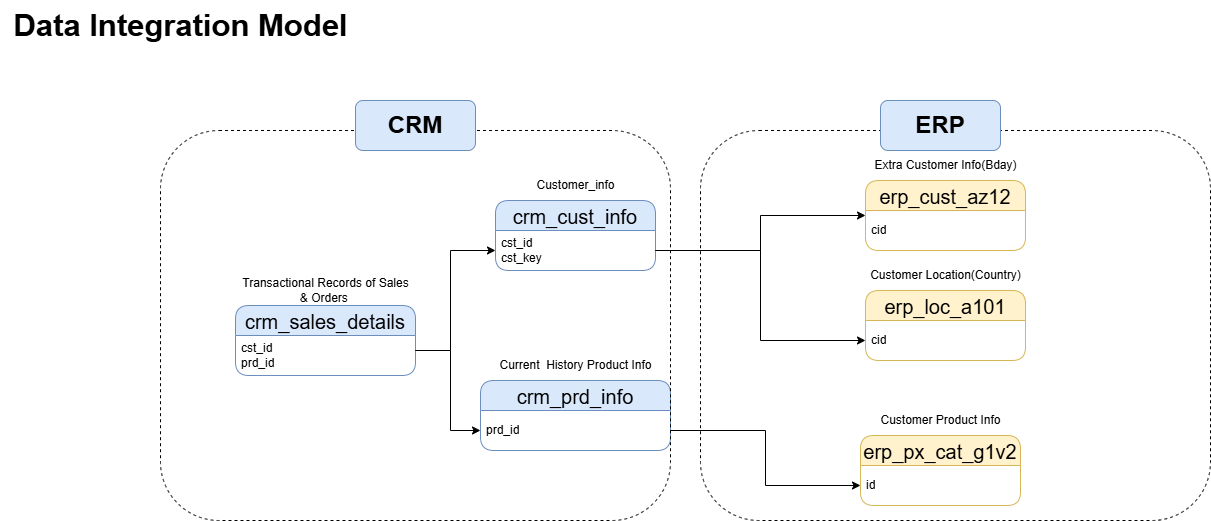
Earlier version of the draw.io export docs/data-integration-diagram.drawio.png (aswnvm/sql-data-warehouse-project). Source tidied: cells renumbered, new cells last; positions are measured from the earlier drawing's top-left corner, leaving out a move shared by most shapes. Its diagram source:
```xml
<mxGraphModel>
  <root>
    <mxCell id="0" />
    <mxCell id="1" parent="0" />
    <mxCell id="2" value="&lt;b&gt;&lt;font style=&quot;font-size: 31px;&quot;&gt;Data Integration Model&lt;/font&gt;&lt;/b&gt;" style="text;html=1;align=center;verticalAlign=middle;strokeColor=none;fillColor=none;" parent="1" vertex="1">
      <mxGeometry width="360" height="50" as="geometry" />
    </mxCell>
    <mxCell id="3" style="group;" parent="1" vertex="1">
      <mxGeometry x="230" y="150" width="980" height="370" as="geometry" />
    </mxCell>
    <mxCell id="4" value="&lt;font style=&quot;font-size: 20px;&quot;&gt;crm_cust_info&lt;/font&gt;" style="swimlane;fontStyle=0;horizontal=1;startSize=30;whiteSpace=wrap;html=1;rounded=1;fillColor=#dae8fc;strokeColor=#6c8ebf;fontSize=26;" parent="3" vertex="1">
      <mxGeometry x="265" y="50" width="160" height="70" as="geometry" />
    </mxCell>
    <mxCell id="5" value="cst_id&lt;div&gt;cst_key&lt;/div&gt;" style="text;strokeColor=none;fillColor=none;align=left;verticalAlign=middle;spacingLeft=4;spacingRight=4;overflow=hidden;points=[[0,0.5],[1,0.5]];portConstraint=eastwest;whiteSpace=wrap;html=1;" parent="4" vertex="1">
      <mxGeometry y="30" width="160" height="40" as="geometry" />
    </mxCell>
    <mxCell id="6" value="Customer_info" style="text;html=1;align=center;verticalAlign=middle;strokeColor=none;fillColor=none;" parent="3" vertex="1">
      <mxGeometry x="295" y="20" width="100" height="30" as="geometry" />
    </mxCell>
    <mxCell id="7" value="&lt;font style=&quot;font-size: 20px;&quot;&gt;crm_prd_info&lt;/font&gt;" style="swimlane;fontStyle=0;horizontal=1;startSize=30;whiteSpace=wrap;html=1;rounded=1;fillColor=#dae8fc;strokeColor=#6c8ebf;fontSize=26;" parent="3" vertex="1">
      <mxGeometry x="250" y="230" width="190" height="70" as="geometry" />
    </mxCell>
    <mxCell id="8" value="prd_id" style="text;strokeColor=none;fillColor=none;align=left;verticalAlign=middle;spacingLeft=4;spacingRight=4;overflow=hidden;points=[[0,0.5],[1,0.5]];portConstraint=eastwest;whiteSpace=wrap;html=1;" parent="7" vertex="1">
      <mxGeometry y="30" width="190" height="40" as="geometry" />
    </mxCell>
    <mxCell id="9" value="Current&amp;nbsp; History Product&lt;span style=&quot;background-color: transparent; color: light-dark(rgb(0, 0, 0), rgb(255, 255, 255));&quot;&gt;&amp;nbsp;Info&lt;/span&gt;" style="text;html=1;align=center;verticalAlign=middle;strokeColor=none;fillColor=none;" parent="3" vertex="1">
      <mxGeometry x="255" y="200" width="180" height="30" as="geometry" />
    </mxCell>
    <mxCell id="10" value="&lt;font style=&quot;font-size: 20px;&quot;&gt;crm_sales_details&lt;/font&gt;" style="swimlane;fontStyle=0;horizontal=1;startSize=30;whiteSpace=wrap;html=1;rounded=1;fillColor=#dae8fc;strokeColor=#6c8ebf;fontSize=26;" parent="3" vertex="1">
      <mxGeometry x="5" y="155" width="180" height="70" as="geometry" />
    </mxCell>
    <mxCell id="11" value="cst_id&lt;div&gt;prd_id&lt;/div&gt;" style="text;strokeColor=none;fillColor=none;align=left;verticalAlign=middle;spacingLeft=4;spacingRight=4;overflow=hidden;points=[[0,0.5],[1,0.5]];portConstraint=eastwest;whiteSpace=wrap;html=1;" parent="10" vertex="1">
      <mxGeometry y="30" width="180" height="40" as="geometry" />
    </mxCell>
    <mxCell id="12" value="Transactional Records of Sales &lt;br&gt;&amp;amp; Orders&amp;nbsp;" style="text;html=1;align=center;verticalAlign=middle;strokeColor=none;fillColor=none;" parent="3" vertex="1">
      <mxGeometry y="120" width="190" height="40" as="geometry" />
    </mxCell>
    <mxCell id="13" style="edgeStyle=orthogonalEdgeStyle;rounded=0;jettySize=auto;html=1;entryX=0;entryY=0.5;entryDx=0;entryDy=0;" parent="3" edge="1" source="11" target="8">
      <mxGeometry relative="1" as="geometry">
        <Array as="points">
          <mxPoint x="220" y="200" />
          <mxPoint x="220" y="280" />
        </Array>
      </mxGeometry>
    </mxCell>
    <mxCell id="14" value="&lt;font style=&quot;font-size: 20px;&quot;&gt;erp_cust_az12&lt;/font&gt;" style="swimlane;fontStyle=0;horizontal=1;startSize=30;whiteSpace=wrap;html=1;rounded=1;fillColor=#fff2cc;strokeColor=#d6b656;fontSize=26;" parent="3" vertex="1">
      <mxGeometry x="635" y="30" width="160" height="70" as="geometry" />
    </mxCell>
    <mxCell id="15" value="cid" style="text;strokeColor=none;fillColor=none;align=left;verticalAlign=middle;spacingLeft=4;spacingRight=4;overflow=hidden;whiteSpace=wrap;html=1;" parent="14" vertex="1">
      <mxGeometry y="30" width="160" height="40" as="geometry" />
    </mxCell>
    <mxCell id="16" value="Extra Customer Info(Bday)" style="text;html=1;align=center;verticalAlign=middle;strokeColor=none;fillColor=none;" parent="3" vertex="1">
      <mxGeometry x="630" width="170" height="30" as="geometry" />
    </mxCell>
    <mxCell id="17" value="&lt;font style=&quot;font-size: 20px;&quot;&gt;erp_loc_a101&lt;/font&gt;" style="swimlane;fontStyle=0;horizontal=1;startSize=30;whiteSpace=wrap;html=1;rounded=1;fillColor=#fff2cc;strokeColor=#d6b656;fontSize=26;" parent="3" vertex="1">
      <mxGeometry x="635" y="140" width="160" height="70" as="geometry" />
    </mxCell>
    <mxCell id="18" value="cid" style="text;strokeColor=none;fillColor=none;align=left;verticalAlign=middle;spacingLeft=4;spacingRight=4;overflow=hidden;points=[[0,0.5],[1,0.5]];portConstraint=eastwest;whiteSpace=wrap;html=1;" parent="17" vertex="1">
      <mxGeometry y="30" width="160" height="40" as="geometry" />
    </mxCell>
    <mxCell id="19" value="Customer Location(Country)" style="text;html=1;align=center;verticalAlign=middle;strokeColor=none;fillColor=none;" parent="3" vertex="1">
      <mxGeometry x="630" y="110" width="170" height="30" as="geometry" />
    </mxCell>
    <mxCell id="20" style="edgeStyle=orthogonalEdgeStyle;rounded=0;jettySize=auto;html=1;entryX=0;entryY=0.5;entryDx=0;entryDy=0;" parent="3" edge="1" source="5" target="18">
      <mxGeometry relative="1" as="geometry" />
    </mxCell>
    <mxCell id="21" value="&lt;font style=&quot;font-size: 20px;&quot;&gt;erp_px_cat_g1v2&lt;/font&gt;" style="swimlane;fontStyle=0;horizontal=1;startSize=30;whiteSpace=wrap;html=1;rounded=1;fillColor=#fff2cc;strokeColor=#d6b656;fontSize=26;" parent="3" vertex="1">
      <mxGeometry x="630" y="285" width="160" height="70" as="geometry" />
    </mxCell>
    <mxCell id="22" value="id" style="text;strokeColor=none;fillColor=none;align=left;verticalAlign=middle;spacingLeft=4;spacingRight=4;overflow=hidden;points=[[0,0.5],[1,0.5]];portConstraint=eastwest;whiteSpace=wrap;html=1;" parent="21" vertex="1">
      <mxGeometry y="30" width="160" height="40" as="geometry" />
    </mxCell>
    <mxCell id="23" style="edgeStyle=orthogonalEdgeStyle;rounded=0;jettySize=auto;html=1;entryX=0;entryY=0.5;entryDx=0;entryDy=0;" parent="3" edge="1" source="8" target="22">
      <mxGeometry relative="1" as="geometry" />
    </mxCell>
    <mxCell id="24" value="Customer Product Info" style="text;html=1;align=center;verticalAlign=middle;strokeColor=none;fillColor=none;" parent="3" vertex="1">
      <mxGeometry x="640" y="255" width="140" height="30" as="geometry" />
    </mxCell>
    <mxCell id="25" style="edgeStyle=orthogonalEdgeStyle;rounded=0;jettySize=auto;html=1;entryX=0;entryY=0.5;entryDx=0;entryDy=0;" parent="3" edge="1" source="11" target="5">
      <mxGeometry relative="1" as="geometry">
        <Array as="points">
          <mxPoint x="220" y="200" />
          <mxPoint x="220" y="100" />
        </Array>
      </mxGeometry>
    </mxCell>
    <mxCell id="26" style="edgeStyle=orthogonalEdgeStyle;rounded=0;jettySize=auto;html=1;entryX=0;entryY=0.5;entryDx=0;entryDy=0;" parent="3" edge="1" source="5" target="14">
      <mxGeometry relative="1" as="geometry" />
    </mxCell>
    <mxCell id="27" style="rounded=1;whiteSpace=wrap;html=1;dashed=1;fillColor=none;" parent="3" vertex="1">
      <mxGeometry x="470" y="-20" width="510" height="390" as="geometry" />
    </mxCell>
    <mxCell id="28" style="rounded=1;whiteSpace=wrap;html=1;dashed=1;fillColor=none;" parent="3" vertex="1">
      <mxGeometry x="-70" y="-20" width="510" height="390" as="geometry" />
    </mxCell>
    <mxCell id="29" value="&lt;font style=&quot;font-size: 24px;&quot;&gt;&lt;b&gt;CRM&lt;/b&gt;&lt;/font&gt;" style="rounded=1;whiteSpace=wrap;html=1;fillColor=#dae8fc;strokeColor=#6c8ebf;" parent="3" vertex="1">
      <mxGeometry x="125" y="-50" width="120" height="50" as="geometry" />
    </mxCell>
    <mxCell id="30" value="&lt;font style=&quot;font-size: 24px;&quot;&gt;&lt;b&gt;ERP&lt;/b&gt;&lt;/font&gt;" style="rounded=1;whiteSpace=wrap;html=1;fillColor=#dae8fc;strokeColor=#6c8ebf;" parent="1" vertex="1">
      <mxGeometry x="880" y="100" width="120" height="50" as="geometry" />
    </mxCell>
  </root>
</mxGraphModel>
```
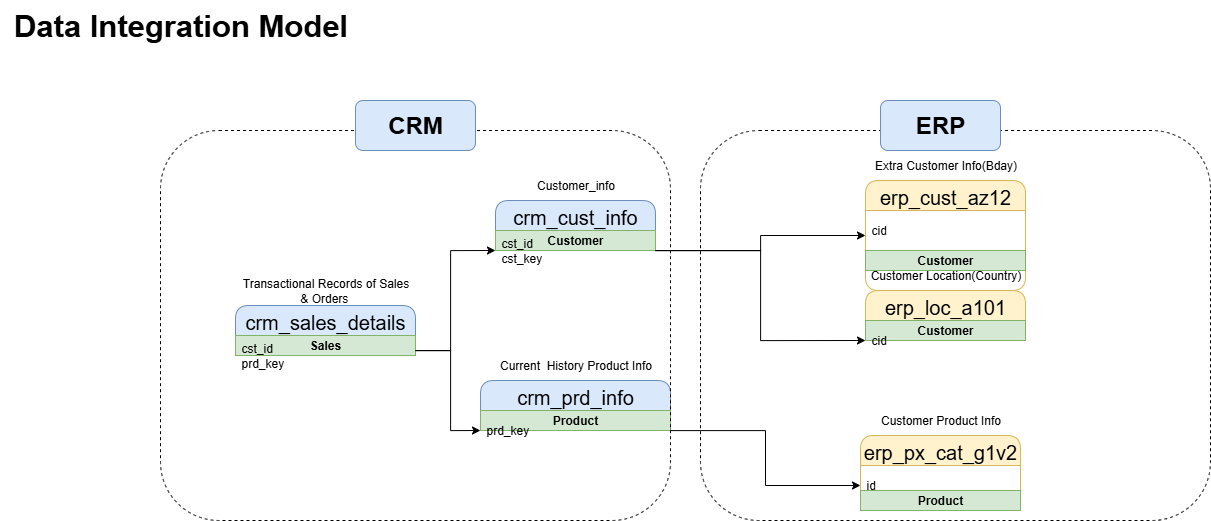
After the change.

Commit message:
updated data-integration diagram, updated data-integration diagram(.png)

The edit, as a diff of the source:
```diff
@@ -9,29 +9,29 @@
       <mxGeometry x="230" y="150" width="980" height="370" as="geometry" />
     </mxCell>
     <mxCell id="4" value="&lt;font style=&quot;font-size: 20px;&quot;&gt;crm_cust_info&lt;/font&gt;" style="swimlane;fontStyle=0;horizontal=1;startSize=30;whiteSpace=wrap;html=1;rounded=1;fillColor=#dae8fc;strokeColor=#6c8ebf;fontSize=26;" parent="3" vertex="1">
-      <mxGeometry x="265" y="50" width="160" height="70" as="geometry" />
+      <mxGeometry x="265" y="50" width="160" height="50" as="geometry" />
     </mxCell>
-    <mxCell id="5" value="cst_id&lt;div&gt;cst_key&lt;/div&gt;" style="text;strokeColor=none;fillColor=none;align=left;verticalAlign=middle;spacingLeft=4;spacingRight=4;overflow=hidden;points=[[0,0.5],[1,0.5]];portConstraint=eastwest;whiteSpace=wrap;html=1;" parent="4" vertex="1">
-      <mxGeometry y="30" width="160" height="40" as="geometry" />
-    </mxCell>
+    <mxCell id="31" value="&lt;b&gt;Customer&lt;/b&gt;" style="text;html=1;strokeColor=#82b366;fillColor=#d5e8d4;align=center;verticalAlign=middle;whiteSpace=wrap;overflow=hidden;" parent="4" vertex="1">
+      <mxGeometry y="30" width="160" height="20" as="geometry" />
+    </mxCell>
     <mxCell id="6" value="Customer_info" style="text;html=1;align=center;verticalAlign=middle;strokeColor=none;fillColor=none;" parent="3" vertex="1">
       <mxGeometry x="295" y="20" width="100" height="30" as="geometry" />
     </mxCell>
     <mxCell id="7" value="&lt;font style=&quot;font-size: 20px;&quot;&gt;crm_prd_info&lt;/font&gt;" style="swimlane;fontStyle=0;horizontal=1;startSize=30;whiteSpace=wrap;html=1;rounded=1;fillColor=#dae8fc;strokeColor=#6c8ebf;fontSize=26;" parent="3" vertex="1">
-      <mxGeometry x="250" y="230" width="190" height="70" as="geometry" />
+      <mxGeometry x="250" y="230" width="190" height="50" as="geometry" />
     </mxCell>
-    <mxCell id="8" value="prd_id" style="text;strokeColor=none;fillColor=none;align=left;verticalAlign=middle;spacingLeft=4;spacingRight=4;overflow=hidden;points=[[0,0.5],[1,0.5]];portConstraint=eastwest;whiteSpace=wrap;html=1;" parent="7" vertex="1">
-      <mxGeometry y="30" width="190" height="40" as="geometry" />
-    </mxCell>
+    <mxCell id="32" value="&lt;b&gt;Product&lt;/b&gt;" style="text;html=1;strokeColor=#82b366;fillColor=#d5e8d4;align=center;verticalAlign=middle;whiteSpace=wrap;overflow=hidden;" parent="7" vertex="1">
+      <mxGeometry y="30" width="190" height="20" as="geometry" />
+    </mxCell>
     <mxCell id="9" value="Current&amp;nbsp; History Product&lt;span style=&quot;background-color: transparent; color: light-dark(rgb(0, 0, 0), rgb(255, 255, 255));&quot;&gt;&amp;nbsp;Info&lt;/span&gt;" style="text;html=1;align=center;verticalAlign=middle;strokeColor=none;fillColor=none;" parent="3" vertex="1">
       <mxGeometry x="255" y="200" width="180" height="30" as="geometry" />
     </mxCell>
     <mxCell id="10" value="&lt;font style=&quot;font-size: 20px;&quot;&gt;crm_sales_details&lt;/font&gt;" style="swimlane;fontStyle=0;horizontal=1;startSize=30;whiteSpace=wrap;html=1;rounded=1;fillColor=#dae8fc;strokeColor=#6c8ebf;fontSize=26;" parent="3" vertex="1">
-      <mxGeometry x="5" y="155" width="180" height="70" as="geometry" />
+      <mxGeometry x="5" y="155" width="180" height="50" as="geometry" />
     </mxCell>
-    <mxCell id="11" value="cst_id&lt;div&gt;prd_id&lt;/div&gt;" style="text;strokeColor=none;fillColor=none;align=left;verticalAlign=middle;spacingLeft=4;spacingRight=4;overflow=hidden;points=[[0,0.5],[1,0.5]];portConstraint=eastwest;whiteSpace=wrap;html=1;" parent="10" vertex="1">
-      <mxGeometry y="30" width="180" height="40" as="geometry" />
-    </mxCell>
+    <mxCell id="33" value="&lt;b&gt;Sales&lt;/b&gt;" style="text;html=1;strokeColor=#82b366;fillColor=#d5e8d4;align=center;verticalAlign=middle;whiteSpace=wrap;overflow=hidden;" parent="10" vertex="1">
+      <mxGeometry y="30" width="180" height="20" as="geometry" />
+    </mxCell>
     <mxCell id="12" value="Transactional Records of Sales &lt;br&gt;&amp;amp; Orders&amp;nbsp;" style="text;html=1;align=center;verticalAlign=middle;strokeColor=none;fillColor=none;" parent="3" vertex="1">
       <mxGeometry y="120" width="190" height="40" as="geometry" />
     </mxCell>
@@ -44,20 +44,17 @@
       </mxGeometry>
     </mxCell>
     <mxCell id="14" value="&lt;font style=&quot;font-size: 20px;&quot;&gt;erp_cust_az12&lt;/font&gt;" style="swimlane;fontStyle=0;horizontal=1;startSize=30;whiteSpace=wrap;html=1;rounded=1;fillColor=#fff2cc;strokeColor=#d6b656;fontSize=26;" parent="3" vertex="1">
-      <mxGeometry x="635" y="30" width="160" height="70" as="geometry" />
+      <mxGeometry x="635" y="30" width="160" height="110" as="geometry" />
     </mxCell>
-    <mxCell id="15" value="cid" style="text;strokeColor=none;fillColor=none;align=left;verticalAlign=middle;spacingLeft=4;spacingRight=4;overflow=hidden;whiteSpace=wrap;html=1;" parent="14" vertex="1">
-      <mxGeometry y="30" width="160" height="40" as="geometry" />
-    </mxCell>
     <mxCell id="16" value="Extra Customer Info(Bday)" style="text;html=1;align=center;verticalAlign=middle;strokeColor=none;fillColor=none;" parent="3" vertex="1">
       <mxGeometry x="630" width="170" height="30" as="geometry" />
     </mxCell>
     <mxCell id="17" value="&lt;font style=&quot;font-size: 20px;&quot;&gt;erp_loc_a101&lt;/font&gt;" style="swimlane;fontStyle=0;horizontal=1;startSize=30;whiteSpace=wrap;html=1;rounded=1;fillColor=#fff2cc;strokeColor=#d6b656;fontSize=26;" parent="3" vertex="1">
-      <mxGeometry x="635" y="140" width="160" height="70" as="geometry" />
+      <mxGeometry x="635" y="140" width="160" height="50" as="geometry" />
     </mxCell>
-    <mxCell id="18" value="cid" style="text;strokeColor=none;fillColor=none;align=left;verticalAlign=middle;spacingLeft=4;spacingRight=4;overflow=hidden;points=[[0,0.5],[1,0.5]];portConstraint=eastwest;whiteSpace=wrap;html=1;" parent="17" vertex="1">
-      <mxGeometry y="30" width="160" height="40" as="geometry" />
-    </mxCell>
+    <mxCell id="34" value="&lt;b&gt;Customer&lt;/b&gt;" style="text;html=1;strokeColor=#82b366;fillColor=#d5e8d4;align=center;verticalAlign=middle;whiteSpace=wrap;overflow=hidden;" parent="17" vertex="1">
+      <mxGeometry y="30" width="160" height="20" as="geometry" />
+    </mxCell>
     <mxCell id="19" value="Customer Location(Country)" style="text;html=1;align=center;verticalAlign=middle;strokeColor=none;fillColor=none;" parent="3" vertex="1">
       <mxGeometry x="630" y="110" width="170" height="30" as="geometry" />
     </mxCell>
@@ -67,9 +64,6 @@
     <mxCell id="21" value="&lt;font style=&quot;font-size: 20px;&quot;&gt;erp_px_cat_g1v2&lt;/font&gt;" style="swimlane;fontStyle=0;horizontal=1;startSize=30;whiteSpace=wrap;html=1;rounded=1;fillColor=#fff2cc;strokeColor=#d6b656;fontSize=26;" parent="3" vertex="1">
       <mxGeometry x="630" y="285" width="160" height="70" as="geometry" />
     </mxCell>
-    <mxCell id="22" value="id" style="text;strokeColor=none;fillColor=none;align=left;verticalAlign=middle;spacingLeft=4;spacingRight=4;overflow=hidden;points=[[0,0.5],[1,0.5]];portConstraint=eastwest;whiteSpace=wrap;html=1;" parent="21" vertex="1">
-      <mxGeometry y="30" width="160" height="40" as="geometry" />
-    </mxCell>
     <mxCell id="23" style="edgeStyle=orthogonalEdgeStyle;rounded=0;jettySize=auto;html=1;entryX=0;entryY=0.5;entryDx=0;entryDy=0;" parent="3" edge="1" source="8" target="22">
       <mxGeometry relative="1" as="geometry" />
     </mxCell>
@@ -96,6 +90,30 @@
     <mxCell id="29" value="&lt;font style=&quot;font-size: 24px;&quot;&gt;&lt;b&gt;CRM&lt;/b&gt;&lt;/font&gt;" style="rounded=1;whiteSpace=wrap;html=1;fillColor=#dae8fc;strokeColor=#6c8ebf;" parent="3" vertex="1">
       <mxGeometry x="125" y="-50" width="120" height="50" as="geometry" />
     </mxCell>
+    <mxCell id="5" value="cst_id&lt;div&gt;cst_key&lt;/div&gt;" style="text;strokeColor=none;fillColor=none;align=left;verticalAlign=middle;spacingLeft=4;spacingRight=4;overflow=hidden;points=[[0,0.5],[1,0.5]];portConstraint=eastwest;whiteSpace=wrap;html=1;" parent="3" vertex="1">
+      <mxGeometry x="265" y="80" width="160" height="40" as="geometry" />
+    </mxCell>
+    <mxCell id="8" value="prd_key" style="text;strokeColor=none;fillColor=none;align=left;verticalAlign=middle;spacingLeft=4;spacingRight=4;overflow=hidden;points=[[0,0.5],[1,0.5]];portConstraint=eastwest;whiteSpace=wrap;html=1;" parent="3" vertex="1">
+      <mxGeometry x="250" y="260" width="190" height="40" as="geometry" />
+    </mxCell>
+    <mxCell id="11" value="cst_id&lt;div&gt;prd_key&lt;/div&gt;" style="text;strokeColor=none;fillColor=none;align=left;verticalAlign=middle;spacingLeft=4;spacingRight=4;overflow=hidden;points=[[0,0.5],[1,0.5]];portConstraint=eastwest;whiteSpace=wrap;html=1;" parent="3" vertex="1">
+      <mxGeometry x="5" y="185" width="180" height="40" as="geometry" />
+    </mxCell>
+    <mxCell id="35" value="&lt;b&gt;Product&lt;/b&gt;" style="text;html=1;strokeColor=#82b366;fillColor=#d5e8d4;align=center;verticalAlign=middle;whiteSpace=wrap;overflow=hidden;" parent="3" vertex="1">
+      <mxGeometry x="630" y="340" width="160" height="20" as="geometry" />
+    </mxCell>
+    <mxCell id="15" value="cid" style="text;strokeColor=none;fillColor=none;align=left;verticalAlign=middle;spacingLeft=4;spacingRight=4;overflow=hidden;whiteSpace=wrap;html=1;" parent="3" vertex="1">
+      <mxGeometry x="635" y="60" width="160" height="40" as="geometry" />
+    </mxCell>
+    <mxCell id="36" value="&lt;b&gt;Customer&lt;/b&gt;" style="text;html=1;strokeColor=#82b366;fillColor=#d5e8d4;align=center;verticalAlign=middle;whiteSpace=wrap;overflow=hidden;" parent="3" vertex="1">
+      <mxGeometry x="635" y="100" width="160" height="20" as="geometry" />
+    </mxCell>
+    <mxCell id="18" value="cid" style="text;strokeColor=none;fillColor=none;align=left;verticalAlign=middle;spacingLeft=4;spacingRight=4;overflow=hidden;points=[[0,0.5],[1,0.5]];portConstraint=eastwest;whiteSpace=wrap;html=1;" parent="3" vertex="1">
+      <mxGeometry x="635" y="170" width="160" height="40" as="geometry" />
+    </mxCell>
+    <mxCell id="22" value="id" style="text;strokeColor=none;fillColor=none;align=left;verticalAlign=middle;spacingLeft=4;spacingRight=4;overflow=hidden;points=[[0,0.5],[1,0.5]];portConstraint=eastwest;whiteSpace=wrap;html=1;" parent="3" vertex="1">
+      <mxGeometry x="630" y="315" width="160" height="40" as="geometry" />
+    </mxCell>
     <mxCell id="30" value="&lt;font style=&quot;font-size: 24px;&quot;&gt;&lt;b&gt;ERP&lt;/b&gt;&lt;/font&gt;" style="rounded=1;whiteSpace=wrap;html=1;fillColor=#dae8fc;strokeColor=#6c8ebf;" parent="1" vertex="1">
       <mxGeometry x="880" y="100" width="120" height="50" as="geometry" />
     </mxCell>
```
